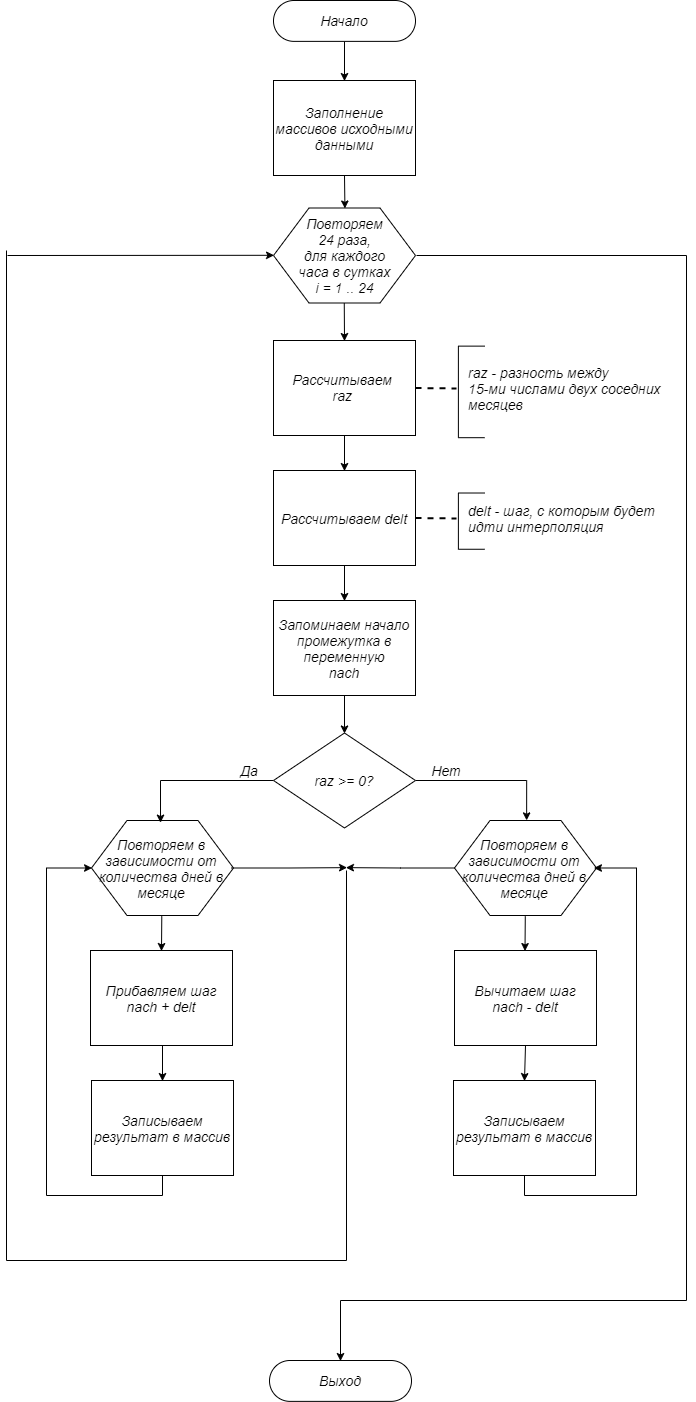
Above: Interpol.png in Sofya99/Diplom (draw.io), before the change. Source tidied: cells renumbered, new cells last; positions are measured from the earlier drawing's top-left corner, leaving out a move shared by most shapes.
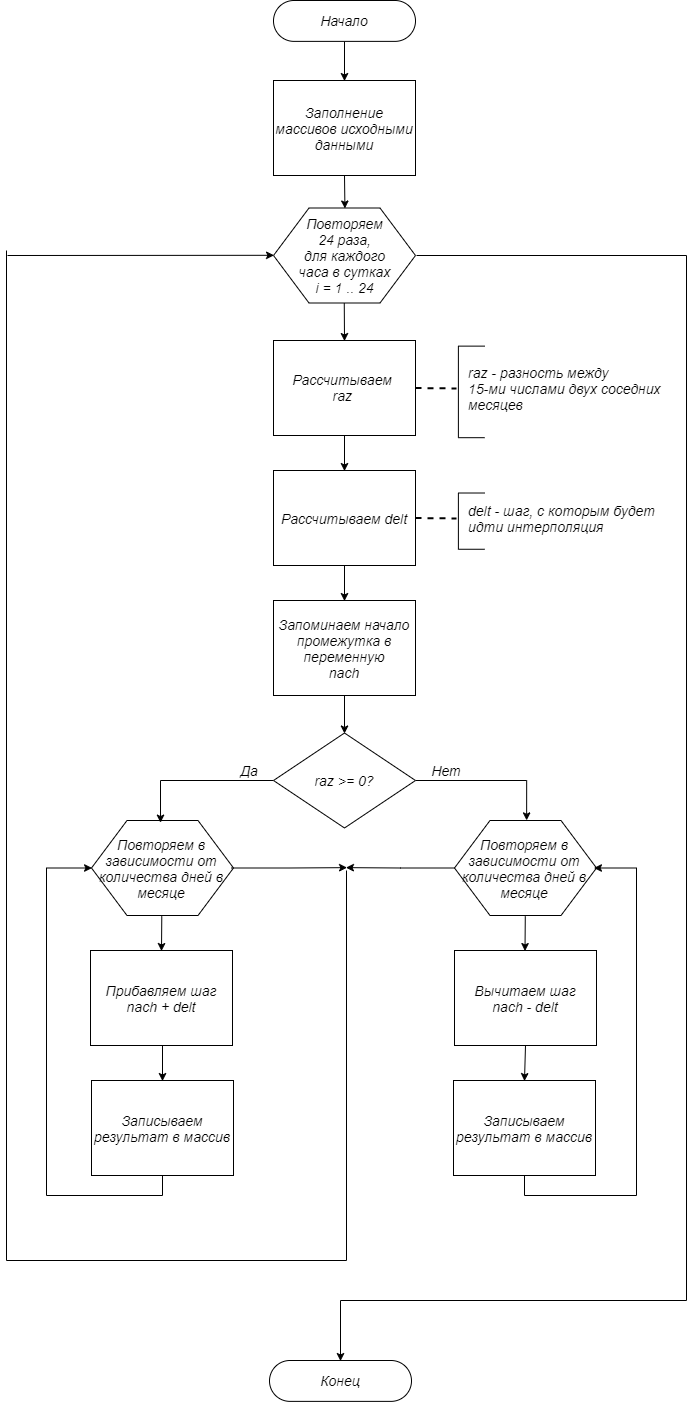
Later version of the same file.

Change to the diagram source:
```diff
@@ -17,7 +17,7 @@
     <mxCell id="6" value="&lt;i style=&quot;font-size: 14px;&quot;&gt;Начало&lt;/i&gt;" style="rounded=1;whiteSpace=wrap;html=1;strokeWidth=0.5;fontSize=14;arcSize=50;" parent="1" vertex="1">
       <mxGeometry x="267" width="142" height="40.9" as="geometry" />
     </mxCell>
-    <mxCell id="7" value="&lt;i style=&quot;font-size: 14px;&quot;&gt;Выход&lt;/i&gt;" style="rounded=1;whiteSpace=wrap;html=1;strokeWidth=0.5;fontSize=14;arcSize=50;" parent="1" vertex="1">
+    <mxCell id="7" value="&lt;i style=&quot;font-size: 14px&quot;&gt;Конец&lt;/i&gt;" style="rounded=1;whiteSpace=wrap;html=1;strokeWidth=0.5;fontSize=14;arcSize=50;" parent="1" vertex="1">
       <mxGeometry x="263" y="1360" width="142" height="40.9" as="geometry" />
     </mxCell>
     <mxCell id="8" style="edgeStyle=orthogonalEdgeStyle;rounded=0;jettySize=auto;html=1;exitX=0.5;exitY=1;exitDx=0;exitDy=0;entryX=0.503;entryY=-0.001;entryDx=0;entryDy=0;entryPerimeter=0;fontSize=14;strokeWidth=0.5;" parent="1" edge="1" source="9" target="4">
```
